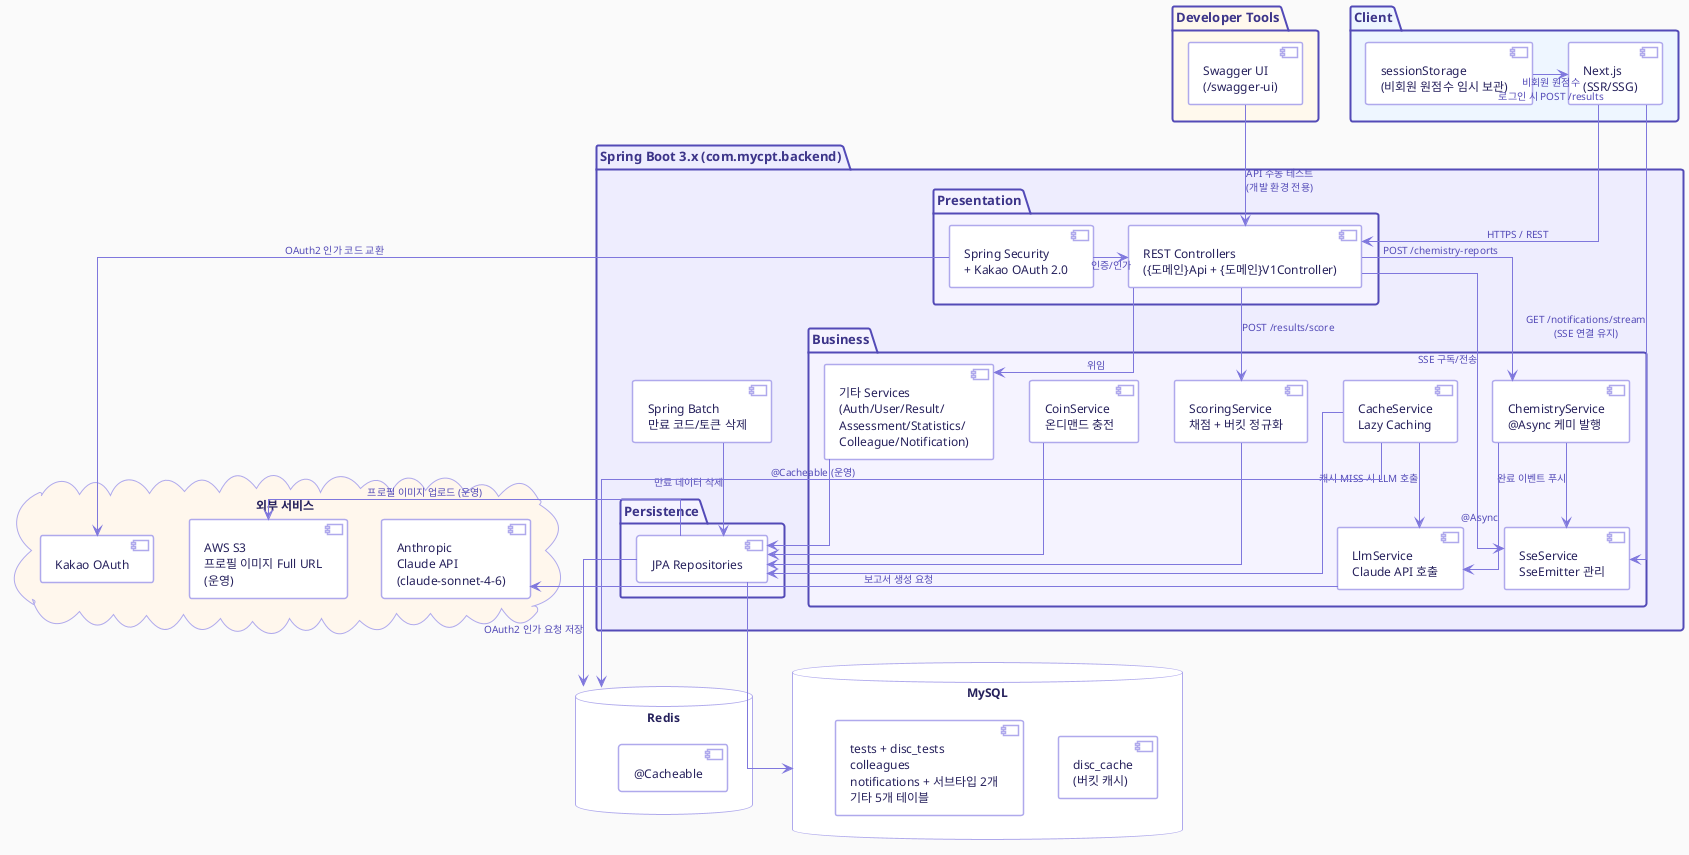
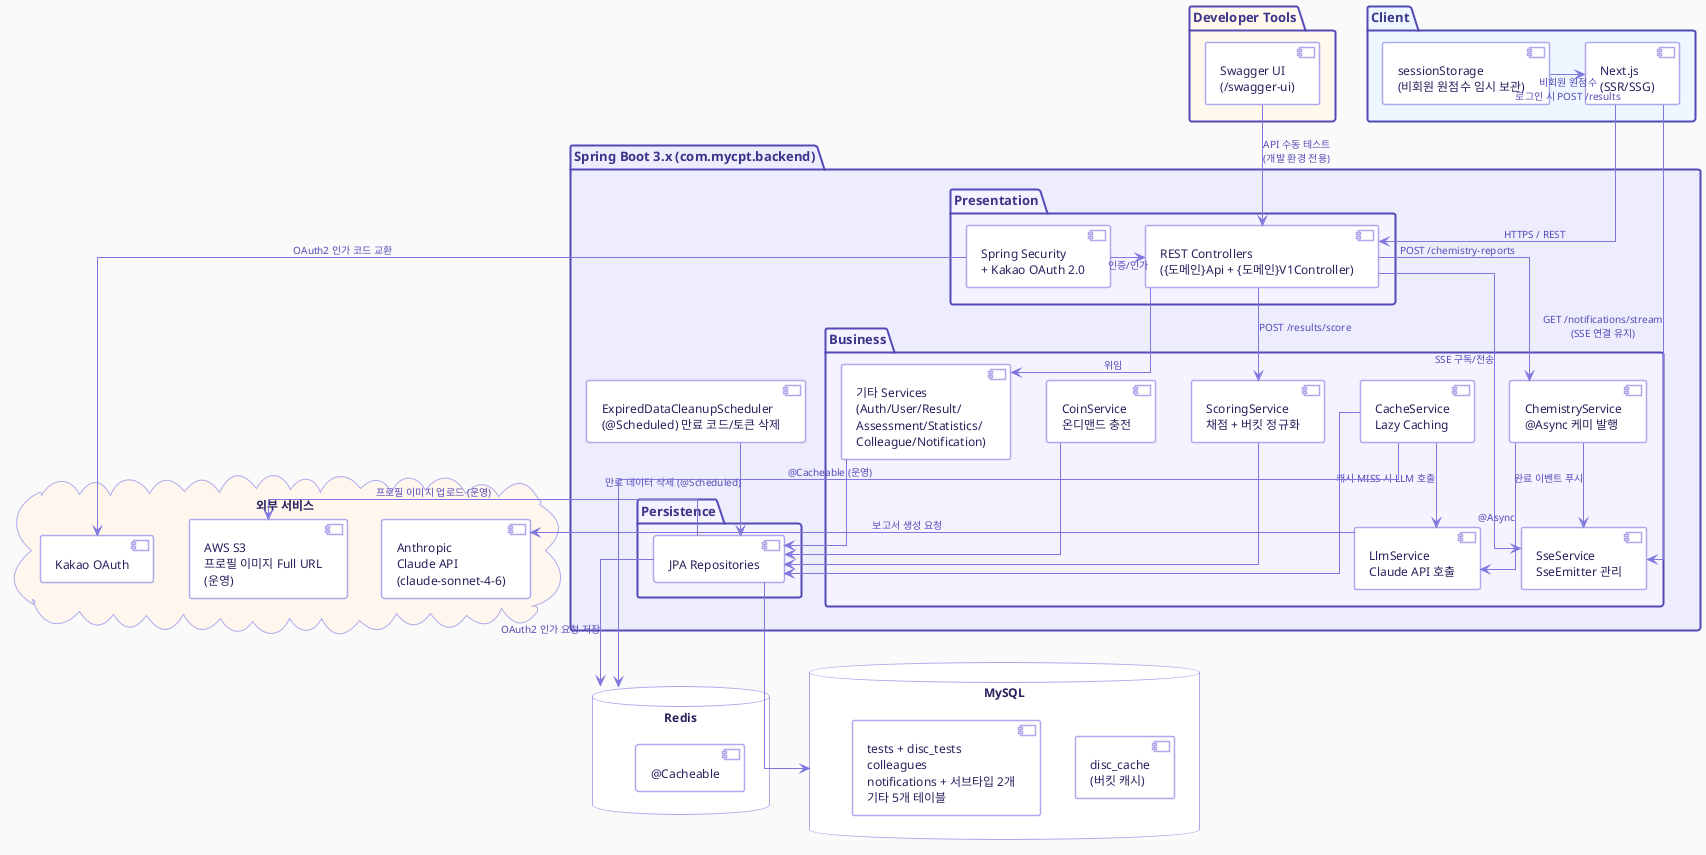
@startuml MyCPT_Architecture

skinparam backgroundColor #FAFAFA
skinparam defaultFontName "Apple SD Gothic Neo, sans-serif"
skinparam defaultFontSize 12
skinparam defaultFontColor #26215C

skinparam component {
  BackgroundColor #FFFFFF
  BorderColor #AFA9EC
  BorderThickness 1.5
  FontColor #26215C
  FontSize 12
  ArrowColor #7F77DD
  ArrowFontColor #534AB7
  ArrowFontSize 10
}

skinparam package {
  BackgroundColor #EEEDFE
  BorderColor #534AB7
  BorderThickness 2
  FontColor #3C3489
  FontSize 13
  FontStyle bold
}

skinparam database {
  BackgroundColor #FFFFFF
  BorderColor #AFA9EC
  FontColor #26215C
}

skinparam cloud {
  BackgroundColor #FFFFFF
  BorderColor #AFA9EC
  FontColor #26215C
}

skinparam note {
  BackgroundColor #F5F3FF
  BorderColor #AFA9EC
  FontColor #534AB7
  FontSize 10
}

skinparam linetype ortho

package "Developer Tools" #FFF9ED {
  [Swagger UI\n(/swagger-ui)] as Swagger
}

package "Client" #EEF6FF {
  [Next.js\n(SSR/SSG)] as NextJS
  [sessionStorage\n(비회원 원점수 임시 보관)] as Session
}

package "Spring Boot 3.x (com.mycpt.backend)" #EEEDFE {

  package "Presentation" #F5F3FF {
    [REST Controllers\n({도메인}Api + {도메인}V1Controller)] as Controllers
    [Spring Security\n+ Kakao OAuth 2.0] as Security
  }

  package "Business" #F5F3FF {
    [ScoringService\n채점 + 버킷 정규화] as Scoring
    [CacheService\nLazy Caching] as Cache
    [LlmService\nClaude API 호출] as Llm
    [ChemistryService\n@Async 케미 발행] as Chemistry
    [SseService\nSseEmitter 관리] as Sse
    [CoinService\n온디맨드 충전] as Coin
    [기타 Services\n(Auth/User/Result/\nAssessment/Statistics/\nColleague/Notification)] as OtherServices
  }

  package "Persistence" #F5F3FF {
    [JPA Repositories] as Repos
  }

-   [Spring Batch\n만료 코드/토큰 삭제] as Batch
+   [ExpiredDataCleanupScheduler\n(@Scheduled) 만료 코드/토큰 삭제] as Batch
}

database "MySQL" as MySQL {
  [disc_cache\n(버킷 캐시)] as DiscCache
  ' v0.8: disc_results → disc_tests, notifications CTI 적용 (12개 테이블)
  [tests + disc_tests\ncolleagues\nnotifications + 서브타입 2개\n기타 5개 테이블] as OtherTables
}

database "Redis" as Redis {
  [@Cacheable] as RedisData
}

cloud "외부 서비스" #FFF7ED {
  [Anthropic\nClaude API\n(claude-sonnet-4-6)] as ClaudeAPI
  [Kakao OAuth] as Kakao
  [AWS S3\n프로필 이미지 Full URL\n(운영)] as S3
}

Swagger  -down-> Controllers : API 수동 테스트\n(개발 환경 전용)

' Client ↔ Spring Boot
NextJS   -down-> Controllers : HTTPS / REST
NextJS   -down-> Sse         : GET /notifications/stream\n(SSE 연결 유지)
Session  -right-> NextJS     : 비회원 원점수\n로그인 시 POST /results

' Spring Boot 내부
Security -right-> Controllers : 인증/인가
Controllers -down-> OtherServices : 위임
Controllers -down-> Scoring    : POST /results/score
Controllers -down-> Chemistry  : POST /chemistry-reports
Controllers -down-> Sse        : SSE 구독/전송

Scoring    -down-> Repos
Cache      -down-> Repos
Cache      -down-> Llm        : 캐시 MISS 시 LLM 호출
Chemistry  -down-> Llm        : @Async
Chemistry  -down-> Sse        : 완료 이벤트 푸시
OtherServices -down-> Repos
Coin       -down-> Repos
- Batch      -down-> Repos      : 만료 데이터 삭제
+ Batch      -down-> Repos      : 만료 데이터 삭제 (@Scheduled)

' Persistence ↔ DB
Repos -down-> MySQL
Cache -down-> Redis            : @Cacheable (운영)
Repos -down-> Redis            : OAuth2 인가 요청 저장

' 외부 서비스 연동
Security  -right-> Kakao       : OAuth2 인가 코드 교환
Llm       -right-> ClaudeAPI   : 보고서 생성 요청
Repos     -right-> S3          : 프로필 이미지 업로드 (운영)

@enduml
